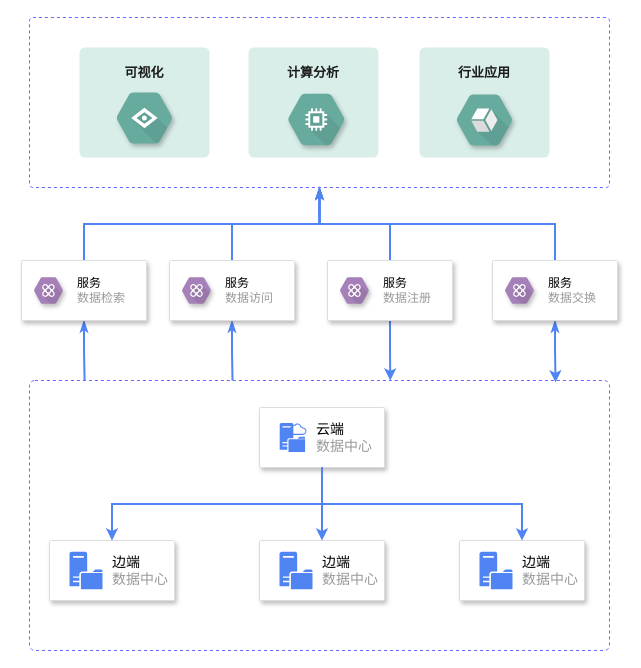
GISering/diagram keeps this draw.io diagram as page "整体架构图" (7 of 9) of agriview.drawio. Above is the earlier version. Source tidied: cells renumbered, new cells numbered last; positions are measured from the earlier drawing's top-left corner, leaving out a move shared by most shapes. Both pictures are drawn from the tidied source at 100%, with x=0, y=0 at pixel (21, 10).
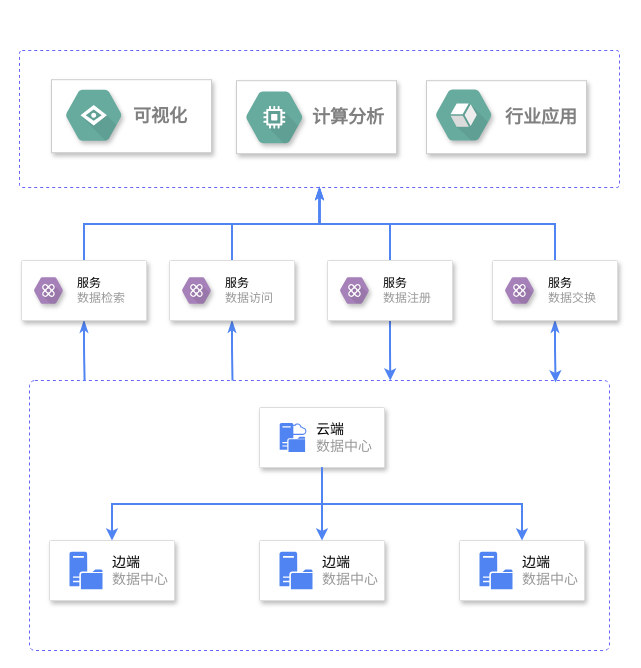
After the change.

The edit, as a diff of the source:
```diff
@@
     <mxCell id="2" style="rounded=1;whiteSpace=wrap;html=1;strokeColor=#6666FF;fillColor=#FFFFFF;dashed=1;arcSize=2;" parent="1" vertex="1">
-      <mxGeometry x="8" y="7" width="580" height="170" as="geometry" />
+      <mxGeometry x="-2" y="40" width="600" height="137" as="geometry" />
     </mxCell>
@@
-    <mxCell id="29" style="group;" parent="1" vertex="1">
-      <mxGeometry x="58" y="37" width="130" height="110" as="geometry" />
-    </mxCell>
-    <mxCell id="30" style="rounded=1;whiteSpace=wrap;html=1;shadow=0;fontColor=#808080;strokeColor=none;fillColor=#D9EDE9;arcSize=5;" parent="29" vertex="1">
-      <mxGeometry width="130" height="110" as="geometry" />
-    </mxCell>
-    <mxCell id="31" value="可视化" style="text;html=1;strokeColor=none;fillColor=none;align=center;verticalAlign=middle;whiteSpace=wrap;rounded=0;shadow=0;fontColor=#1A1A1A;rotation=90;horizontal=0;fontSize=13;fontStyle=1;" parent="29" vertex="1">
-      <mxGeometry x="48.8" y="-37" width="32.5" height="123.5" as="geometry" />
-    </mxCell>
-    <mxCell id="32" style="sketch=0;dashed=0;html=1;fillColor=#67AB9F;strokeColor=none;shape=mxgraph.gcp2.hexIcon;prIcon=cloud_vision_api;labelPosition=right;verticalLabelPosition=middle;align=left;verticalAlign=middle;spacingLeft=5;fontColor=#67AB9F;fontSize=12;shadow=1;" parent="29" vertex="1">
-      <mxGeometry x="22.7" y="33" width="84.6" height="75" as="geometry">
-        <mxPoint x="5" y="-19.5" as="offset" />
-      </mxGeometry>
-    </mxCell>
-    <mxCell id="33" style="group;" parent="1" vertex="1">
-      <mxGeometry x="227" y="37" width="130" height="110" as="geometry" />
-    </mxCell>
-    <mxCell id="34" style="rounded=1;whiteSpace=wrap;html=1;shadow=0;fontColor=#808080;strokeColor=none;fillColor=#D9EDE9;arcSize=5;" parent="33" vertex="1">
-      <mxGeometry width="130" height="110" as="geometry" />
-    </mxCell>
-    <mxCell id="35" value="&lt;b&gt;计算分析&lt;/b&gt;" style="text;html=1;strokeColor=none;fillColor=none;align=center;verticalAlign=middle;whiteSpace=wrap;rounded=0;shadow=0;fontColor=#1A1A1A;rotation=90;horizontal=0;fontSize=13;" parent="33" vertex="1">
-      <mxGeometry x="48.8" y="-37" width="32.5" height="123.5" as="geometry" />
-    </mxCell>
-    <mxCell id="36" style="sketch=0;dashed=0;html=1;fillColor=#67AB9F;strokeColor=none;shape=mxgraph.gcp2.hexIcon;prIcon=compute_engine;labelPosition=right;verticalLabelPosition=middle;align=left;verticalAlign=middle;spacingLeft=5;fontColor=#999999;fontSize=12;shadow=1;labelBackgroundColor=default;" parent="33" vertex="1">
-      <mxGeometry x="25" y="34" width="85.7" height="76" as="geometry" />
-    </mxCell>
-    <mxCell id="37" style="group;" parent="1" vertex="1">
-      <mxGeometry x="398" y="37" width="130" height="110" as="geometry" />
-    </mxCell>
-    <mxCell id="38" style="rounded=1;whiteSpace=wrap;html=1;shadow=0;fontColor=#808080;strokeColor=none;fillColor=#D9EDE9;arcSize=5;" parent="37" vertex="1">
-      <mxGeometry width="130" height="110" as="geometry" />
-    </mxCell>
-    <mxCell id="39" value="&lt;b&gt;行业应用&lt;/b&gt;" style="text;html=1;strokeColor=none;fillColor=none;align=center;verticalAlign=middle;whiteSpace=wrap;rounded=0;shadow=0;fontColor=#1A1A1A;rotation=90;horizontal=0;fontSize=13;" parent="37" vertex="1">
-      <mxGeometry x="48.8" y="-37" width="32.5" height="123.5" as="geometry" />
-    </mxCell>
-    <mxCell id="40" style="sketch=0;html=1;fillColor=#67AB9F;strokeColor=none;verticalAlign=top;labelPosition=center;verticalLabelPosition=bottom;align=center;spacingTop=-6;fontSize=11;fontStyle=1;fontColor=#999999;shape=mxgraph.gcp2.hexIcon;prIcon=stackdriver;shadow=1;labelBackgroundColor=default;" parent="37" vertex="1">
-      <mxGeometry x="22.7" y="35" width="84.6" height="75" as="geometry" />
-    </mxCell>
@@
+    <mxCell id="47" style="rounded=0;whiteSpace=wrap;html=1;strokeColor=#CCCCCC;fillColor=default;shadow=1;" parent="1" vertex="1">
+      <mxGeometry x="30" y="69.2" width="160" height="73" as="geometry" />
+    </mxCell>
+    <mxCell id="48" style="sketch=0;dashed=0;html=1;fillColor=#67AB9F;strokeColor=none;shape=mxgraph.gcp2.hexIcon;prIcon=cloud_vision_api;labelPosition=right;verticalLabelPosition=middle;align=left;verticalAlign=middle;spacingLeft=5;fontColor=#67AB9F;fontSize=12;shadow=1;" parent="1" vertex="1">
+      <mxGeometry x="30" y="67.2" width="84.6" height="75" as="geometry">
+        <mxPoint x="5" y="-19.5" as="offset" />
+      </mxGeometry>
+    </mxCell>
+    <mxCell id="31" value="可视化" style="text;html=1;strokeColor=none;fillColor=none;align=center;verticalAlign=middle;whiteSpace=wrap;rounded=0;shadow=0;fontColor=#808080;rotation=90;horizontal=0;fontSize=18;fontStyle=1;" parent="1" vertex="1">
+      <mxGeometry x="119" y="76" width="40" height="60" as="geometry" />
+    </mxCell>
+    <mxCell id="49" style="rounded=0;whiteSpace=wrap;html=1;strokeColor=#CCCCCC;fillColor=default;shadow=1;" parent="1" vertex="1">
+      <mxGeometry x="215" y="70.2" width="160" height="73" as="geometry" />
+    </mxCell>
+    <mxCell id="35" value="计算分析" style="text;html=1;strokeColor=none;fillColor=none;align=center;verticalAlign=middle;whiteSpace=wrap;rounded=0;shadow=0;fontColor=#808080;rotation=90;horizontal=0;fontSize=18;fontStyle=1;" parent="1" vertex="1">
+      <mxGeometry x="307" y="67" width="40" height="80" as="geometry" />
+    </mxCell>
+    <mxCell id="50" style="sketch=0;dashed=0;html=1;fillColor=#67AB9F;strokeColor=none;shape=mxgraph.gcp2.hexIcon;prIcon=compute_engine;labelPosition=right;verticalLabelPosition=middle;align=left;verticalAlign=middle;spacingLeft=5;fontColor=#999999;fontSize=12;shadow=1;labelBackgroundColor=default;" parent="1" vertex="1">
+      <mxGeometry x="210" y="68.8" width="85.7" height="76" as="geometry" />
+    </mxCell>
+    <mxCell id="51" style="group;" parent="1" vertex="1">
+      <mxGeometry x="400" y="67" width="165" height="76.2" as="geometry" />
+    </mxCell>
+    <mxCell id="52" style="rounded=0;whiteSpace=wrap;html=1;strokeColor=#CCCCCC;fillColor=default;shadow=1;" parent="51" vertex="1">
+      <mxGeometry x="5" y="3.2" width="160" height="73" as="geometry" />
+    </mxCell>
+    <mxCell id="39" value="行业应用" style="text;html=1;strokeColor=none;fillColor=none;align=center;verticalAlign=middle;whiteSpace=wrap;rounded=0;shadow=0;fontColor=#808080;rotation=90;horizontal=0;fontSize=18;fontStyle=1;" parent="51" vertex="1">
+      <mxGeometry x="100" width="40" height="80" as="geometry" />
+    </mxCell>
+    <mxCell id="53" style="sketch=0;html=1;fillColor=#67AB9F;strokeColor=none;verticalAlign=top;labelPosition=center;verticalLabelPosition=bottom;align=center;spacingTop=-6;fontSize=11;fontStyle=1;fontColor=#999999;shape=mxgraph.gcp2.hexIcon;prIcon=stackdriver;shadow=1;labelBackgroundColor=default;" parent="51" vertex="1">
+      <mxGeometry width="84.6" height="75" as="geometry" />
+    </mxCell>
```
